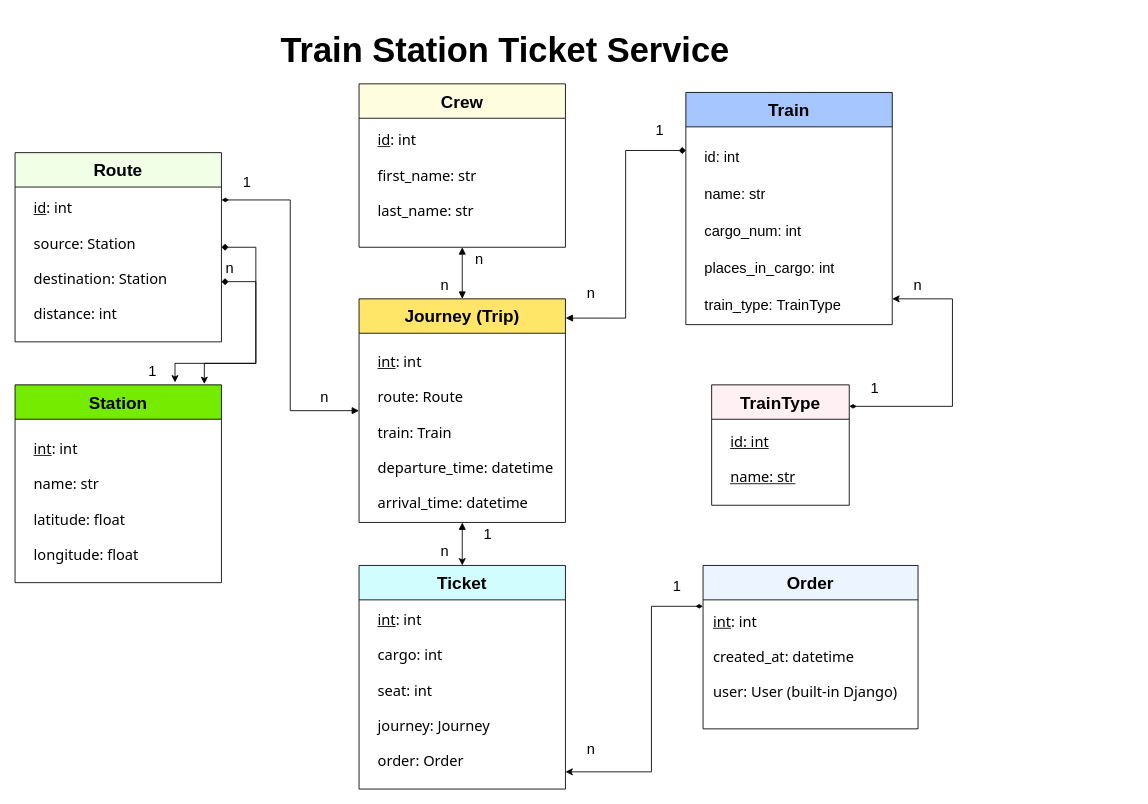
The draw.io diagram train-ticket-service_diagram.drawio in julia4406/train-ticket-service, before the edit. Source tidied: cells renumbered, new cells numbered last; positions are measured from the earlier drawing's top-left corner, leaving out a move shared by most shapes. Both pictures are drawn from the tidied source at 86%, with x=0, y=0 at pixel (15, 15).
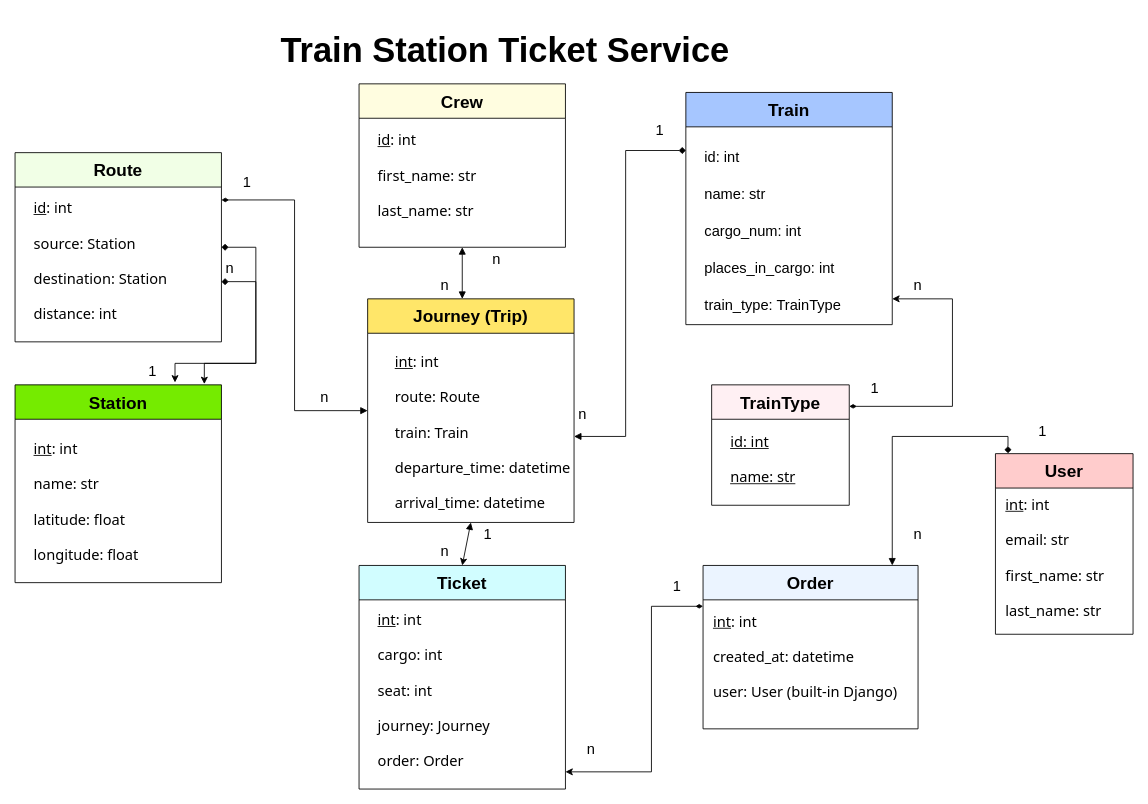
After the change.

Unchanged cells that the change refers to:
```xml
<mxCell id="7" value="Train" style="swimlane;whiteSpace=wrap;html=1;fontSize=20;startSize=40;fillColor=#A6C6FF;" parent="1" vertex="1">
  <mxGeometry x="780" y="90" width="240" height="270" as="geometry" />
</mxCell>
<mxCell id="13" value="&lt;font style=&quot;font-size: 20px;&quot;&gt;Crew&lt;/font&gt;" style="swimlane;whiteSpace=wrap;html=1;fontSize=15;startSize=40;fillColor=#FFFDE0;" parent="1" vertex="1">
  <mxGeometry x="400" y="80" width="240" height="190" as="geometry" />
</mxCell>
```

The edit, as a diff of the source:
```diff
@@
-    <mxCell id="12" style="edgeStyle=none;rounded=0;jettySize=auto;html=1;exitX=0.5;exitY=1;exitDx=0;exitDy=0;entryX=0.5;entryY=0;entryDx=0;entryDy=0;startArrow=block;startFill=1;endArrow=block;endFill=1;" parent="1" edge="1" source="13" target="16">
-      <mxGeometry relative="1" as="geometry" />
+    <mxCell id="12" style="edgeStyle=none;rounded=0;jettySize=auto;html=1;exitX=0.5;exitY=1;exitDx=0;exitDy=0;startArrow=block;startFill=1;endArrow=block;endFill=1;" parent="1" edge="1" source="13">
+      <mxGeometry relative="1" as="geometry">
+        <mxPoint x="520" y="330" as="targetPoint" />
+      </mxGeometry>
     </mxCell>
@@
     <mxCell id="16" value="&lt;font style=&quot;font-size: 20px;&quot;&gt;Journey (Trip)&lt;/font&gt;" style="swimlane;whiteSpace=wrap;html=1;fontSize=15;startSize=40;fillColor=#FFE669;" parent="1" vertex="1">
-      <mxGeometry x="400" y="330" width="240" height="260" as="geometry" />
+      <mxGeometry x="410" y="330" width="240" height="260" as="geometry" />
     </mxCell>
     <mxCell id="17" value="&lt;div&gt;&lt;u&gt;int&lt;/u&gt;: int&lt;/div&gt;&lt;div&gt;&lt;span style=&quot;background-color: initial;&quot;&gt;&lt;br&gt;&lt;/span&gt;&lt;/div&gt;&lt;div&gt;route: Route&lt;/div&gt;&lt;div&gt;&lt;br&gt;&lt;/div&gt;&lt;div&gt;train: Train&lt;/div&gt;&lt;div&gt;&lt;br&gt;&lt;/div&gt;&lt;div&gt;departure_time: datetime&lt;/div&gt;&lt;div&gt;&lt;br&gt;&lt;/div&gt;&lt;div&gt;arrival_time: datetime&lt;/div&gt;" style="text;html=1;align=left;verticalAlign=bottom;strokeColor=none;fillColor=none;fontSize=17;horizontal=1;fontFamily=Tahoma;" parent="16" vertex="1">
-      <mxGeometry x="20" y="50" width="220" height="200" as="geometry" />
+      <mxGeometry x="30" y="50" width="220" height="200" as="geometry" />
     </mxCell>
@@
     <mxCell id="25" value="&lt;font style=&quot;font-size: 17px;&quot;&gt;n&lt;/font&gt;" style="text;strokeColor=none;align=center;fillColor=none;html=1;verticalAlign=middle;whiteSpace=wrap;rounded=0;" parent="1" vertex="1">
-      <mxGeometry x="510" y="270" width="60" height="30" as="geometry" />
+      <mxGeometry x="530" y="270" width="60" height="30" as="geometry" />
     </mxCell>
@@
-    <mxCell id="27" style="edgeStyle=orthogonalEdgeStyle;rounded=0;jettySize=auto;html=1;exitX=0;exitY=0.25;exitDx=0;exitDy=0;entryX=1.001;entryY=0.086;entryDx=0;entryDy=0;entryPerimeter=0;startArrow=diamond;startFill=1;endArrow=block;endFill=1;" parent="1" edge="1" source="7" target="16">
-      <mxGeometry relative="1" as="geometry" />
+    <mxCell id="27" style="edgeStyle=orthogonalEdgeStyle;rounded=0;jettySize=auto;html=1;exitX=0;exitY=0.25;exitDx=0;exitDy=0;startArrow=diamond;startFill=1;endArrow=block;endFill=1;" parent="1" edge="1" source="7">
+      <mxGeometry relative="1" as="geometry">
+        <mxPoint x="650" y="490" as="targetPoint" />
+        <Array as="points">
+          <mxPoint x="710" y="158" />
+          <mxPoint x="710" y="490" />
+        </Array>
+      </mxGeometry>
     </mxCell>
     <mxCell id="28" value="&lt;font style=&quot;font-size: 17px;&quot;&gt;n&lt;/font&gt;" style="text;strokeColor=none;align=center;fillColor=none;html=1;verticalAlign=middle;whiteSpace=wrap;rounded=0;" parent="1" vertex="1">
-      <mxGeometry x="640" y="310" width="60" height="30" as="geometry" />
+      <mxGeometry x="630" y="450" width="60" height="30" as="geometry" />
     </mxCell>
@@
+    <mxCell id="41" value="&lt;font style=&quot;font-size: 20px;&quot;&gt;User&lt;/font&gt;" style="swimlane;whiteSpace=wrap;html=1;fontSize=15;startSize=40;fillColor=#FFCCCC;" parent="1" vertex="1">
+      <mxGeometry x="1140" y="510" width="160" height="210" as="geometry" />
+    </mxCell>
+    <mxCell id="42" value="&lt;div&gt;&lt;u&gt;int&lt;/u&gt;: int&lt;/div&gt;&lt;div&gt;&lt;span style=&quot;background-color: initial;&quot;&gt;&lt;br&gt;&lt;/span&gt;&lt;/div&gt;&lt;div&gt;email: str&lt;/div&gt;&lt;div&gt;&lt;br&gt;&lt;/div&gt;&lt;div&gt;first_name: str&lt;/div&gt;&lt;div&gt;&lt;br&gt;&lt;/div&gt;&lt;div&gt;last_name: str&lt;/div&gt;" style="text;html=1;align=left;verticalAlign=bottom;strokeColor=none;fillColor=none;fontSize=17;horizontal=1;fontFamily=Tahoma;" parent="41" vertex="1">
+      <mxGeometry x="10" y="35" width="130" height="160" as="geometry" />
+    </mxCell>
+    <mxCell id="43" style="edgeStyle=orthogonalEdgeStyle;rounded=0;jettySize=auto;html=1;entryX=0.091;entryY=-0.002;entryDx=0;entryDy=0;entryPerimeter=0;startArrow=block;startFill=1;endArrow=diamond;endFill=1;" parent="1" edge="1" target="41">
+      <mxGeometry relative="1" as="geometry">
+        <mxPoint x="1020" y="640" as="sourcePoint" />
+        <Array as="points">
+          <mxPoint x="1020" y="640" />
+          <mxPoint x="1020" y="490" />
+          <mxPoint x="1155" y="490" />
+        </Array>
+      </mxGeometry>
+    </mxCell>
+    <mxCell id="44" value="&lt;font style=&quot;font-size: 17px;&quot;&gt;1&lt;/font&gt;" style="text;strokeColor=none;align=center;fillColor=none;html=1;verticalAlign=middle;whiteSpace=wrap;rounded=0;" parent="1" vertex="1">
+      <mxGeometry x="1165" y="470" width="60" height="30" as="geometry" />
+    </mxCell>
+    <mxCell id="45" value="&lt;font style=&quot;font-size: 17px;&quot;&gt;n&lt;/font&gt;" style="text;strokeColor=none;align=center;fillColor=none;html=1;verticalAlign=middle;whiteSpace=wrap;rounded=0;" parent="1" vertex="1">
+      <mxGeometry x="1020" y="590" width="60" height="30" as="geometry" />
+    </mxCell>
```
